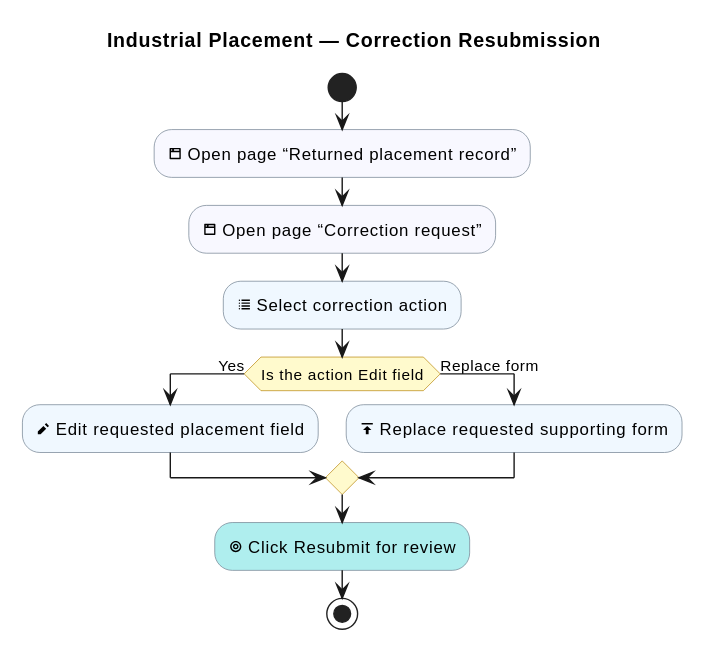
This is industrial-placement-group-project/diagrams/industrial-placement/correction-resubmission.svg from sdflkjssl/sdflkjssl.github.io, a PlantUML export, as it was before one commit.
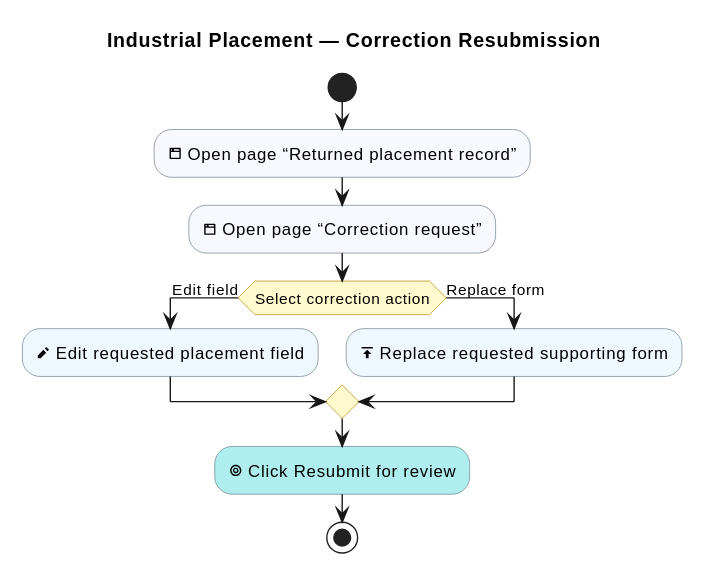
After the change.

The edit, as a diff of the source:
```diff
@@ -12,8 +12,7 @@
 start
 :<&browser> Open page “Returned placement record”; <<#GhostWhite>>
 :<&browser> Open page “Correction request”; <<#GhostWhite>>
-:<&list> Select correction action; <<#AliceBlue>>
-if (Is the action Edit field) then (Yes)
+if (Select correction action) then (Edit field)
   :<&pencil> Edit requested placement field; <<#AliceBlue>>
 else (Replace form)
   :<&data-transfer-upload> Replace requested supporting form; <<#AliceBlue>>
```
